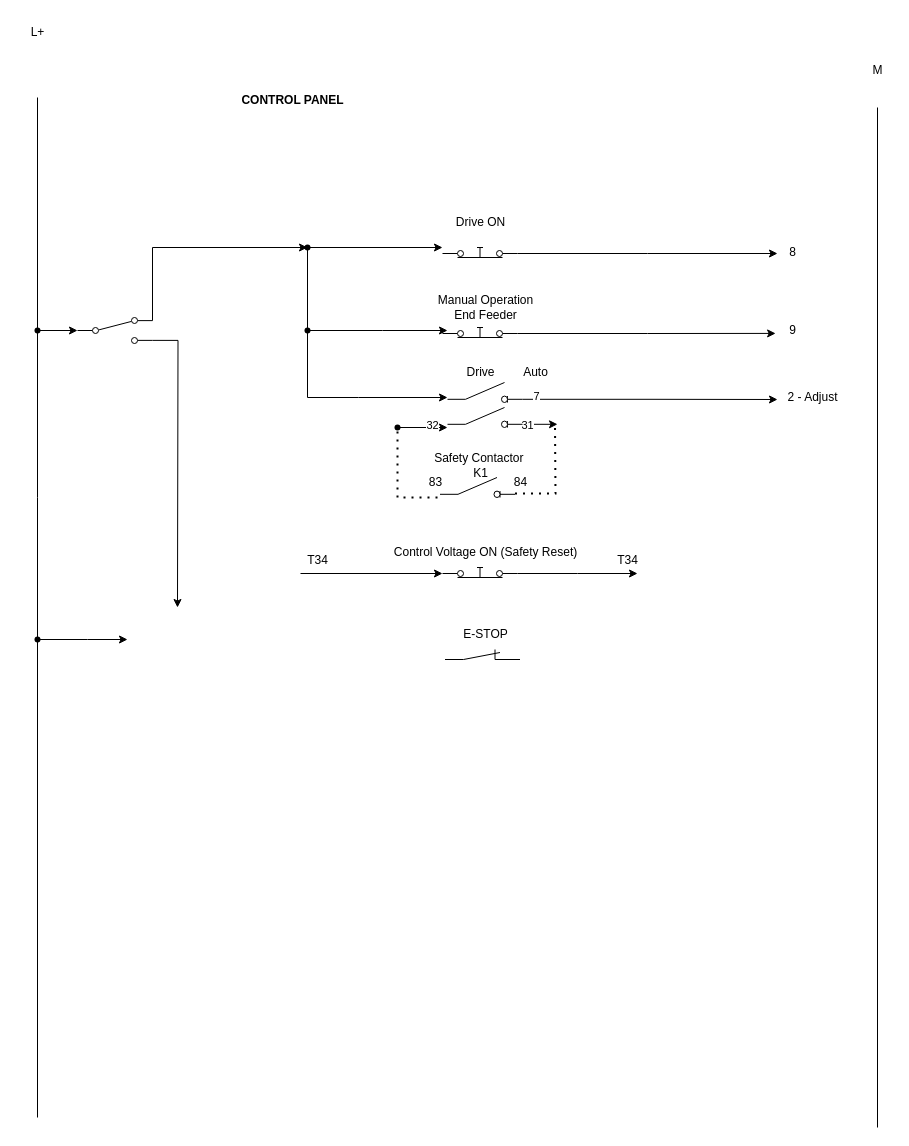
Before: 176 Pendant.drawio in nicholas-carnie/Nicks-files, a draw.io diagram. Source tidied: cells renumbered, new cells numbered last; positions are measured from the earlier drawing's top-left corner, leaving out a move shared by most shapes. Both pictures are drawn from the tidied source at 100%, with x=0, y=0 at pixel (17, 17).
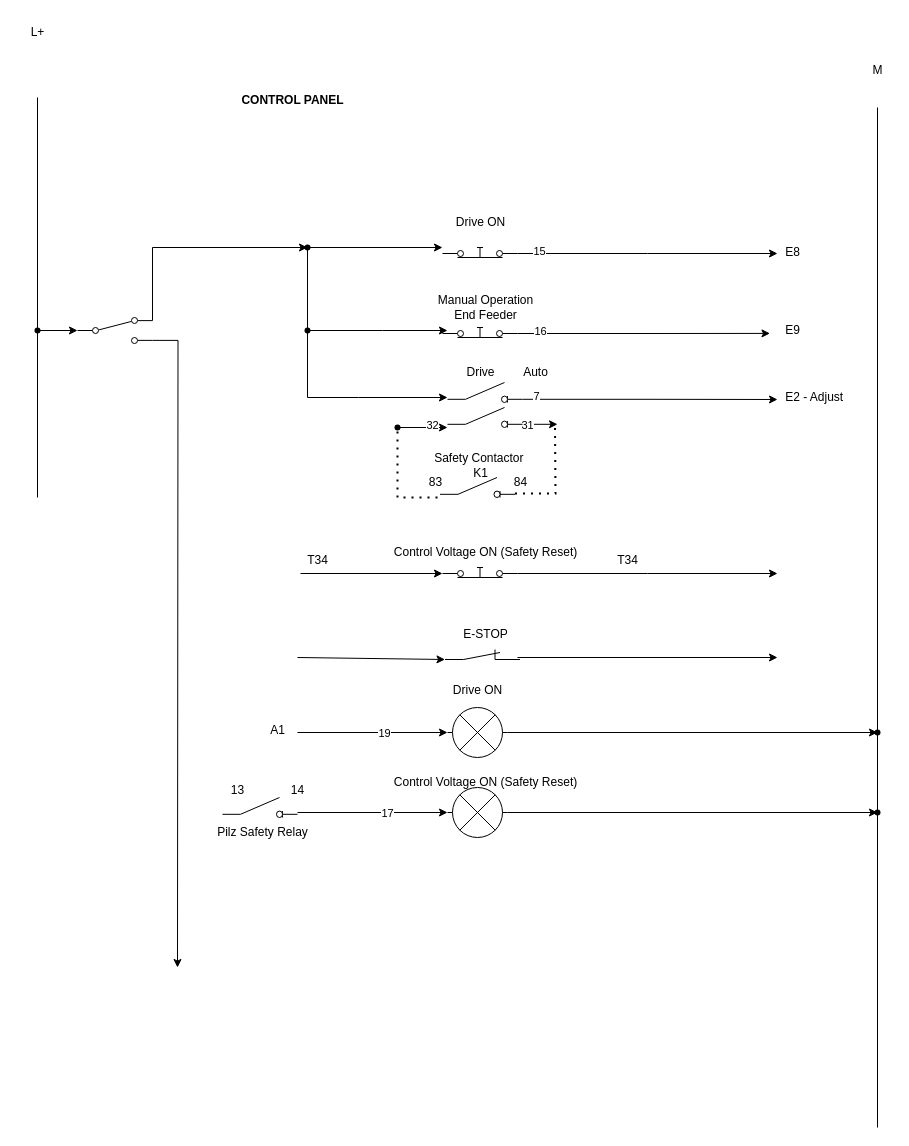
The same diagram, later.

Unchanged cells that the change refers to:
```xml
<mxCell id="3" style="edgeStyle=orthogonalEdgeStyle;rounded=0;jettySize=auto;html=1;exitX=1;exitY=0.8;exitDx=0;exitDy=0;" parent="1" edge="1" source="4">
  <mxGeometry relative="1" as="geometry">
    <mxPoint x="760" y="236" as="targetPoint" />
  </mxGeometry>
</mxCell>
<mxCell id="6" style="html=1;shape=mxgraph.electrical.electro-mechanical.pushbutton;elSwitchState=on;" parent="1" vertex="1">
  <mxGeometry x="425" y="540" width="75" height="20" as="geometry" />
</mxCell>
<mxCell id="8" style="html=1;shape=mxgraph.electrical.electro-mechanical.twoWaySwitch;elSwitchState=2;" parent="1" vertex="1">
  <mxGeometry x="60" y="300" width="75" height="26" as="geometry" />
</mxCell>
<mxCell id="35" style="verticalLabelPosition=bottom;shadow=0;dashed=0;align=center;html=1;verticalAlign=top;shape=mxgraph.electrical.electro-mechanical.break_contact;" parent="1" vertex="1">
  <mxGeometry x="427.5" y="632" width="75" height="10" as="geometry" />
</mxCell>
<mxCell id="42" style="edgeStyle=orthogonalEdgeStyle;rounded=0;jettySize=auto;html=1;exitX=1;exitY=0.8;exitDx=0;exitDy=0;entryX=-0.063;entryY=0.597;entryDx=0;entryDy=0;entryPerimeter=0;" parent="1" edge="1" source="32" target="34">
  <mxGeometry relative="1" as="geometry" />
</mxCell>
```

Change to the diagram source:
```diff
@@
-    <mxCell id="2" style="endArrow=none;html=1;rounded=0;" parent="1" edge="1">
+    <mxCell id="2" style="endArrow=none;html=1;rounded=0;" parent="1" edge="1" source="77">
       <mxGeometry relative="1" as="geometry">
-        <mxPoint x="860" y="1110" as="sourcePoint" />
         <mxPoint x="860" y="90" as="targetPoint" />
       </mxGeometry>
     </mxCell>
@@
+    <mxCell id="55" value="15" style="edgeLabel;html=1;align=center;verticalAlign=middle;" parent="3" vertex="1">
+      <mxGeometry x="-0.84" y="3" relative="1" as="geometry" />
+    </mxCell>
@@
     <mxCell id="5" style="edgeStyle=orthogonalEdgeStyle;rounded=0;jettySize=auto;html=1;exitX=1;exitY=0.8;exitDx=0;exitDy=0;" parent="1" edge="1" source="6">
       <mxGeometry relative="1" as="geometry">
-        <mxPoint x="620" y="556" as="targetPoint" />
+        <mxPoint x="760" y="556" as="targetPoint" />
       </mxGeometry>
     </mxCell>
@@
-    <mxCell id="7" style="edgeStyle=orthogonalEdgeStyle;rounded=0;jettySize=auto;html=1;exitX=1;exitY=0.88;exitDx=0;exitDy=0;" parent="1" edge="1" source="8">
-      <mxGeometry relative="1" as="geometry">
-        <mxPoint x="160" y="590" as="targetPoint" />
-      </mxGeometry>
-    </mxCell>
+    <mxCell id="56" style="edgeStyle=orthogonalEdgeStyle;rounded=0;jettySize=auto;html=1;exitX=1;exitY=0.88;exitDx=0;exitDy=0;" parent="1" edge="1" source="8">
+      <mxGeometry relative="1" as="geometry">
+        <mxPoint x="160" y="950" as="targetPoint" />
+      </mxGeometry>
+    </mxCell>
@@
-    <mxCell id="20" style="shape=waypoint;sketch=0;fillStyle=solid;size=6;points=[];fillColor=none;perimeter=centerPerimeter;snapToPoint=1;" parent="1" vertex="1">
-      <mxGeometry x="10" y="612" width="20" height="20" as="geometry" />
-    </mxCell>
-    <mxCell id="21" style="edgeStyle=orthogonalEdgeStyle;rounded=0;jettySize=auto;html=1;entryX=0;entryY=0.5;entryDx=0;entryDy=0;entryPerimeter=0;" parent="1" edge="1" source="20">
-      <mxGeometry relative="1" as="geometry">
-        <mxPoint x="110" y="622" as="targetPoint" />
-      </mxGeometry>
-    </mxCell>
@@
-    <mxCell id="23" value="8" style="text;html=1;align=center;verticalAlign=middle;strokeColor=none;fillColor=none;" parent="1" vertex="1">
-      <mxGeometry x="760" y="220" width="30" height="30" as="geometry" />
+    <mxCell id="23" value="E8" style="text;html=1;align=center;verticalAlign=middle;strokeColor=none;fillColor=none;" parent="1" vertex="1">
+      <mxGeometry x="755" y="220" width="40" height="30" as="geometry" />
     </mxCell>
-    <mxCell id="24" value="2 - Adjust" style="text;html=1;align=center;verticalAlign=middle;strokeColor=none;fillColor=none;" parent="1" vertex="1">
-      <mxGeometry x="760" y="365" width="70" height="30" as="geometry" />
+    <mxCell id="24" value="&amp;nbsp;E2 - Adjust" style="text;html=1;align=center;verticalAlign=middle;strokeColor=none;fillColor=none;" parent="1" vertex="1">
+      <mxGeometry x="755" y="365" width="80" height="30" as="geometry" />
     </mxCell>
@@
-    <mxCell id="34" value="9" style="text;html=1;align=center;verticalAlign=middle;points=[];strokeColor=none;fillColor=none;" parent="1" vertex="1">
-      <mxGeometry x="760" y="298" width="30" height="30" as="geometry" />
+    <mxCell id="34" value="E9" style="text;html=1;align=center;verticalAlign=middle;points=[];strokeColor=none;fillColor=none;" parent="1" vertex="1">
+      <mxGeometry x="755" y="298" width="40" height="30" as="geometry" />
     </mxCell>
@@
-    <mxCell id="37" style="endArrow=none;html=1;rounded=0;" parent="1" edge="1">
-      <mxGeometry relative="1" as="geometry">
-        <mxPoint x="20" y="1100" as="sourcePoint" />
-        <mxPoint x="20" y="480" as="targetPoint" />
-      </mxGeometry>
-    </mxCell>
@@
+    <mxCell id="57" value="16" style="edgeLabel;html=1;align=center;verticalAlign=middle;" parent="42" vertex="1">
+      <mxGeometry x="-0.83" y="3" relative="1" as="geometry">
+        <mxPoint x="1" as="offset" />
+      </mxGeometry>
+    </mxCell>
@@
+    <mxCell id="58" style="endArrow=classic;html=1;rounded=0;" parent="1" edge="1">
+      <mxGeometry relative="1" as="geometry">
+        <mxPoint x="500" y="640" as="sourcePoint" />
+        <mxPoint x="760" y="640" as="targetPoint" />
+      </mxGeometry>
+    </mxCell>
+    <mxCell id="59" style="endArrow=classic;html=1;rounded=0;entryX=0;entryY=1;entryDx=0;entryDy=0;entryPerimeter=0;" parent="1" edge="1" target="35">
+      <mxGeometry relative="1" as="geometry">
+        <mxPoint x="280" y="640" as="sourcePoint" />
+      </mxGeometry>
+    </mxCell>
+    <mxCell id="60" style="edgeStyle=orthogonalEdgeStyle;rounded=0;jettySize=auto;html=1;exitX=1;exitY=0.5;exitDx=0;exitDy=0;exitPerimeter=0;entryX=-0.049;entryY=0.455;entryDx=0;entryDy=0;entryPerimeter=0;" parent="1" edge="1" source="61" target="77">
+      <mxGeometry relative="1" as="geometry" />
+    </mxCell>
+    <mxCell id="61" style="verticalLabelPosition=bottom;shadow=0;dashed=0;align=center;html=1;verticalAlign=top;shape=mxgraph.electrical.miscellaneous.light_bulb;" parent="1" vertex="1">
+      <mxGeometry x="430" y="690" width="60" height="50" as="geometry" />
+    </mxCell>
+    <mxCell id="62" style="verticalLabelPosition=bottom;shadow=0;dashed=0;align=center;html=1;verticalAlign=top;shape=mxgraph.electrical.miscellaneous.light_bulb;" parent="1" vertex="1">
+      <mxGeometry x="430" y="770" width="60" height="50" as="geometry" />
+    </mxCell>
+    <mxCell id="63" value="Drive ON" style="text;html=1;align=center;verticalAlign=middle;strokeColor=none;fillColor=none;" parent="1" vertex="1">
+      <mxGeometry x="425" y="658" width="70" height="30" as="geometry" />
+    </mxCell>
+    <mxCell id="64" value="Control Voltage ON (Safety Reset)" style="text;html=1;align=center;verticalAlign=middle;strokeColor=none;fillColor=none;" parent="1" vertex="1">
+      <mxGeometry x="362.5" y="750" width="210" height="30" as="geometry" />
+    </mxCell>
+    <mxCell id="65" style="endArrow=classic;html=1;rounded=0;entryX=0;entryY=0.5;entryDx=0;entryDy=0;entryPerimeter=0;" parent="1" edge="1" target="61">
+      <mxGeometry relative="1" as="geometry">
+        <mxPoint x="280" y="715" as="sourcePoint" />
+      </mxGeometry>
+    </mxCell>
+    <mxCell id="66" value="19" style="edgeLabel;html=1;align=center;verticalAlign=middle;" parent="65" vertex="1">
+      <mxGeometry x="0.15" relative="1" as="geometry" />
+    </mxCell>
+    <mxCell id="67" value="A1" style="text;html=1;align=center;verticalAlign=middle;strokeColor=none;fillColor=none;" parent="1" vertex="1">
+      <mxGeometry x="240" y="698" width="40" height="30" as="geometry" />
+    </mxCell>
+    <mxCell id="68" style="endArrow=classic;html=1;rounded=0;entryX=0;entryY=0.5;entryDx=0;entryDy=0;entryPerimeter=0;" parent="1" edge="1" target="62">
+      <mxGeometry relative="1" as="geometry">
+        <mxPoint x="280" y="795" as="sourcePoint" />
+      </mxGeometry>
+    </mxCell>
+    <mxCell id="69" value="17" style="edgeLabel;html=1;align=center;verticalAlign=middle;" parent="68" vertex="1">
+      <mxGeometry x="0.18" relative="1" as="geometry" />
+    </mxCell>
+    <mxCell id="70" style="html=1;shape=mxgraph.electrical.electro-mechanical.switchDisconnector;elSwitchState=off;" parent="1" vertex="1">
+      <mxGeometry x="205" y="780" width="75" height="20" as="geometry" />
+    </mxCell>
+    <mxCell id="71" value="13" style="text;html=1;align=center;verticalAlign=middle;strokeColor=none;fillColor=none;" parent="1" vertex="1">
+      <mxGeometry x="200" y="758" width="40" height="30" as="geometry" />
+    </mxCell>
+    <mxCell id="72" value="14" style="text;html=1;align=center;verticalAlign=middle;strokeColor=none;fillColor=none;" parent="1" vertex="1">
+      <mxGeometry x="260" y="758" width="40" height="30" as="geometry" />
+    </mxCell>
+    <mxCell id="73" value="Pilz Safety Relay" style="text;html=1;align=center;verticalAlign=middle;strokeColor=none;fillColor=none;" parent="1" vertex="1">
+      <mxGeometry x="190" y="800" width="110" height="30" as="geometry" />
+    </mxCell>
+    <mxCell id="74" style="shape=waypoint;sketch=0;fillStyle=solid;size=6;points=[];fillColor=none;perimeter=centerPerimeter;snapToPoint=1;" parent="1" vertex="1">
+      <mxGeometry x="850" y="785" width="20" height="20" as="geometry" />
+    </mxCell>
+    <mxCell id="75" style="edgeStyle=orthogonalEdgeStyle;rounded=0;jettySize=auto;html=1;exitX=1;exitY=0.5;exitDx=0;exitDy=0;exitPerimeter=0;entryX=0.723;entryY=-0.045;entryDx=0;entryDy=0;entryPerimeter=0;" parent="1" edge="1" source="62" target="74">
+      <mxGeometry relative="1" as="geometry" />
+    </mxCell>
+    <mxCell id="76" style="endArrow=none;html=1;rounded=0;" parent="1" edge="1" target="77">
+      <mxGeometry relative="1" as="geometry">
+        <mxPoint x="860" y="1110" as="sourcePoint" />
+      </mxGeometry>
+    </mxCell>
+    <mxCell id="77" style="shape=waypoint;sketch=0;fillStyle=solid;size=6;points=[];fillColor=none;perimeter=centerPerimeter;snapToPoint=1;" parent="1" vertex="1">
+      <mxGeometry x="850" y="705" width="20" height="20" as="geometry" />
+    </mxCell>
```
